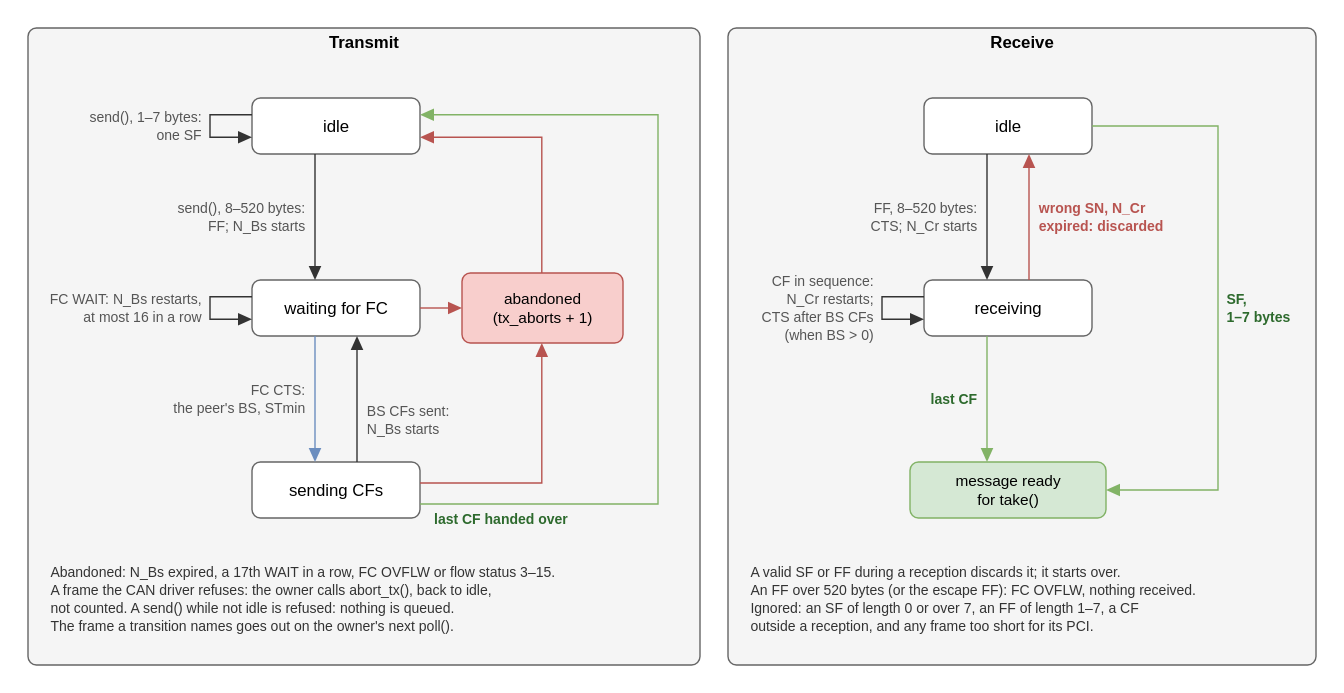
Before: docs/can-tp-states.drawio.svg, a diagram exported from draw.io (MartenH/blobly_emb). Source tidied: cells renumbered, new cells last; positions are measured from the earlier drawing's top-left corner, leaving out a move shared by most shapes.
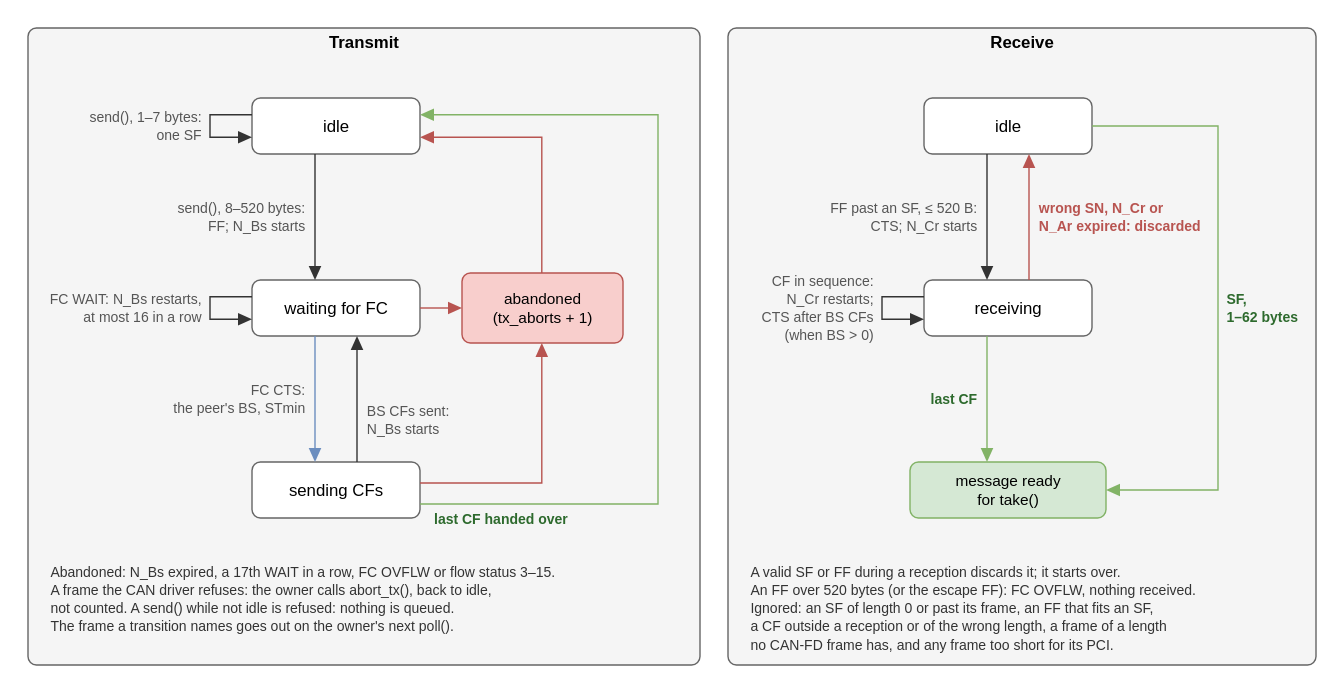
Above is the later version.

What changed in the source:
```diff
@@ -128,7 +128,7 @@
         <mxPoint x="685" y="180" as="targetPoint" />
       </mxGeometry>
     </mxCell>
-    <mxCell id="28" value="FF, 8–520 bytes:&#10;CTS; N_Cr starts" style="text;html=0;strokeColor=none;fillColor=none;align=right;verticalAlign=middle;fontSize=10;fontColor=#555555;spacingLeft=0;spacingTop=0;" parent="1" vertex="1">
+    <mxCell id="28" value="FF past an SF, ≤ 520 B:&#10;CTS; N_Cr starts" style="text;html=0;strokeColor=none;fillColor=none;align=right;verticalAlign=middle;fontSize=10;fontColor=#555555;spacingLeft=0;spacingTop=0;" parent="1" vertex="1">
       <mxGeometry x="526" y="121" width="152" height="28" as="geometry" />
     </mxCell>
     <mxCell id="29" style="edgeStyle=none;html=0;rounded=0;strokeColor=#333333;endArrow=block;endFill=1;endSize=8;" parent="1" edge="1">
@@ -159,7 +159,7 @@
         <mxPoint x="715" y="90" as="targetPoint" />
       </mxGeometry>
     </mxCell>
-    <mxCell id="34" value="wrong SN, N_Cr&#10;expired: discarded" style="text;html=0;strokeColor=none;fillColor=none;align=left;verticalAlign=middle;fontSize=10;fontColor=#b85450;spacingLeft=0;spacingTop=0;fontStyle=1;" parent="1" vertex="1">
+    <mxCell id="34" value="wrong SN, N_Cr or&#10;N_Ar expired: discarded" style="text;html=0;strokeColor=none;fillColor=none;align=left;verticalAlign=middle;fontSize=10;fontColor=#b85450;spacingLeft=0;spacingTop=0;fontStyle=1;" parent="1" vertex="1">
       <mxGeometry x="722" y="121" width="112" height="28" as="geometry" />
     </mxCell>
     <mxCell id="35" style="edgeStyle=none;html=0;rounded=0;strokeColor=#82b366;endArrow=block;endFill=1;endSize=8;" parent="1" edge="1">
@@ -172,11 +172,11 @@
         </Array>
       </mxGeometry>
     </mxCell>
-    <mxCell id="36" value="SF,&#10;1–7 bytes" style="text;html=0;strokeColor=none;fillColor=none;align=left;verticalAlign=middle;fontSize=10;fontColor=#2d6a2d;spacingLeft=0;spacingTop=0;fontStyle=1;" parent="1" vertex="1">
+    <mxCell id="36" value="SF,&#10;1–62 bytes" style="text;html=0;strokeColor=none;fillColor=none;align=left;verticalAlign=middle;fontSize=10;fontColor=#2d6a2d;spacingLeft=0;spacingTop=0;fontStyle=1;" parent="1" vertex="1">
       <mxGeometry x="856" y="186" width="60" height="28" as="geometry" />
     </mxCell>
-    <mxCell id="37" value="A valid SF or FF during a reception discards it; it starts over.&#10;An FF over 520 bytes (or the escape FF): FC OVFLW, nothing received.&#10;Ignored: an SF of length 0 or over 7, an FF of length 1–7, a CF&#10;outside a reception, and any frame too short for its PCI." style="text;html=0;strokeColor=none;fillColor=none;align=left;verticalAlign=top;fontSize=10;fontColor=#333333;spacingLeft=0;spacingTop=0;" parent="1" vertex="1">
-      <mxGeometry x="516" y="380" width="396" height="90" as="geometry" />
+    <mxCell id="37" value="A valid SF or FF during a reception discards it; it starts over.&#10;An FF over 520 bytes (or the escape FF): FC OVFLW, nothing received.&#10;Ignored: an SF of length 0 or past its frame, an FF that fits an SF,&#10;a CF outside a reception or of the wrong length, a frame of a length&#10;no CAN-FD frame has, and any frame too short for its PCI." style="text;html=0;strokeColor=none;fillColor=none;align=left;verticalAlign=top;fontSize=10;fontColor=#333333;spacingLeft=0;spacingTop=0;" parent="1" vertex="1">
+      <mxGeometry x="516" y="380" width="396" height="103" as="geometry" />
     </mxCell>
   </root>
 </mxGraphModel>
```
